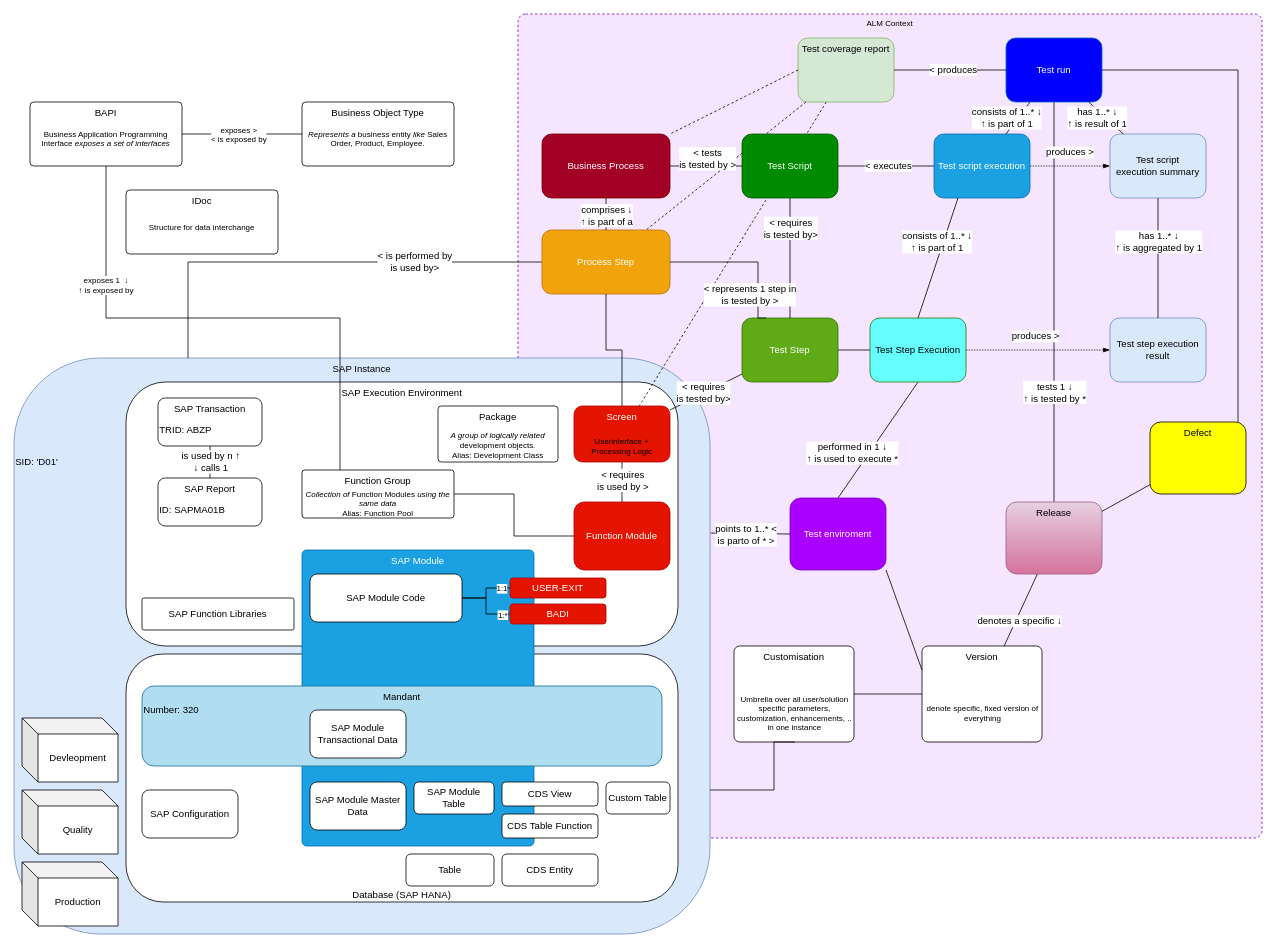
Before: SAP-Information-Model.drawio in sp-christian/sap-information-model, a draw.io diagram. Source tidied: cells renumbered, new cells numbered last; positions are measured from the earlier drawing's top-left corner, leaving out a move shared by most shapes. Both pictures are drawn from the tidied source at 80%, with x=0, y=0 at pixel (14, 14).
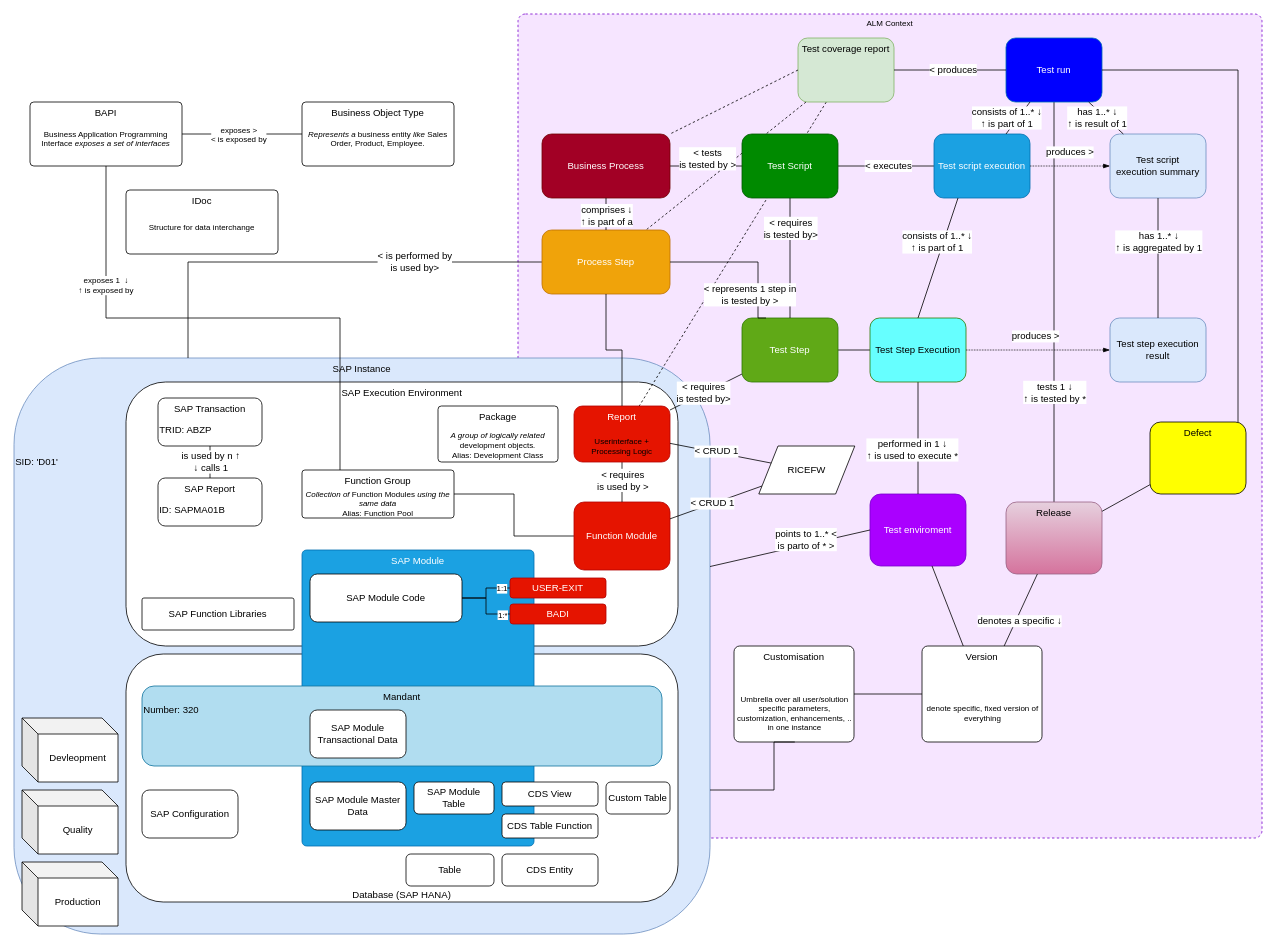
The same diagram, later.

The change refers to these unchanged cells:
```xml
<mxCell id="3" value="SAP Instance" style="rounded=1;whiteSpace=wrap;html=1;horizontal=1;verticalAlign=top;fillColor=#dae8fc;strokeColor=#6c8ebf;" parent="1" vertex="1">
  <mxGeometry y="430" width="870" height="720" as="geometry" />
</mxCell>
<mxCell id="64" value="Function Module" style="rounded=1;whiteSpace=wrap;html=1;fillColor=#e51400;strokeColor=#B20000;fontColor=#ffffff;" parent="1" vertex="1">
  <mxGeometry x="700" y="610" width="120" height="85" as="geometry" />
</mxCell>
<mxCell id="86" value="Version" style="rounded=1;whiteSpace=wrap;html=1;arcSize=6;verticalAlign=top;" parent="85" vertex="1">
  <mxGeometry width="150" height="120" as="geometry" />
</mxCell>
<mxCell id="89" style="group;" parent="1" vertex="1">
  <mxGeometry x="700" y="490" width="120" height="70" as="geometry" />
</mxCell>
```

Change to the diagram source:
```diff
@@
-    <mxCell id="90" value="Screen" style="rounded=1;whiteSpace=wrap;html=1;fillColor=#e51400;strokeColor=#B20000;fontColor=#ffffff;verticalAlign=top;" parent="89" vertex="1">
+    <mxCell id="90" value="Report" style="rounded=1;whiteSpace=wrap;html=1;fillColor=#e51400;strokeColor=#B20000;fontColor=#ffffff;verticalAlign=top;" parent="89" vertex="1">
       <mxGeometry width="120" height="70" as="geometry" />
     </mxCell>
@@
     <mxCell id="92" value="Test enviroment" style="rounded=1;whiteSpace=wrap;html=1;fillColor=#aa00ff;strokeColor=#7700CC;fontColor=#ffffff;" parent="1" vertex="1">
-      <mxGeometry x="970" y="605" width="120" height="90" as="geometry" />
+      <mxGeometry x="1070" y="600" width="120" height="90" as="geometry" />
     </mxCell>
@@
-    <mxCell id="98" style="endArrow=none;html=1;entryX=0;entryY=0.25;entryDx=0;entryDy=0;exitX=1;exitY=1;exitDx=0;exitDy=0;" parent="1" edge="1" source="92" target="86">
+    <mxCell id="98" style="endArrow=none;html=1;" parent="1" edge="1" source="92" target="86">
       <mxGeometry relative="1" as="geometry" />
     </mxCell>
-    <mxCell id="99" style="endArrow=none;html=1;entryX=1.001;entryY=0.304;entryDx=0;entryDy=0;exitX=0;exitY=0.5;exitDx=0;exitDy=0;entryPerimeter=0;" parent="1" edge="1" source="92" target="3">
+    <mxCell id="99" style="endArrow=none;html=1;exitX=0;exitY=0.5;exitDx=0;exitDy=0;" parent="1" edge="1" source="92" target="3">
       <mxGeometry relative="1" as="geometry" />
     </mxCell>
@@
+    <mxCell id="126" value="RICEFW" style="shape=parallelogram;perimeter=parallelogramPerimeter;whiteSpace=wrap;html=1;" parent="1" vertex="1">
+      <mxGeometry x="931" y="540" width="120" height="60" as="geometry" />
+    </mxCell>
+    <mxCell id="127" style="endArrow=none;html=1;" parent="1" edge="1" source="90" target="126">
+      <mxGeometry relative="1" as="geometry" />
+    </mxCell>
+    <mxCell id="128" value="&amp;lt; CRUD 1" style="text;html=1;align=center;verticalAlign=middle;labelBackgroundColor=#ffffff;" parent="127" vertex="1">
+      <mxGeometry x="-0.08" relative="1" as="geometry">
+        <mxPoint y="-1" as="offset" />
+      </mxGeometry>
+    </mxCell>
+    <mxCell id="129" style="endArrow=none;html=1;" parent="1" edge="1" source="64" target="126">
+      <mxGeometry relative="1" as="geometry" />
+    </mxCell>
+    <mxCell id="130" value="&amp;lt; CRUD 1" style="text;html=1;align=center;verticalAlign=middle;labelBackgroundColor=#ffffff;" parent="129" vertex="1">
+      <mxGeometry x="-0.08" relative="1" as="geometry">
+        <mxPoint y="-1" as="offset" />
+      </mxGeometry>
+    </mxCell>
+    <mxCell id="131" parent="0" />
```
